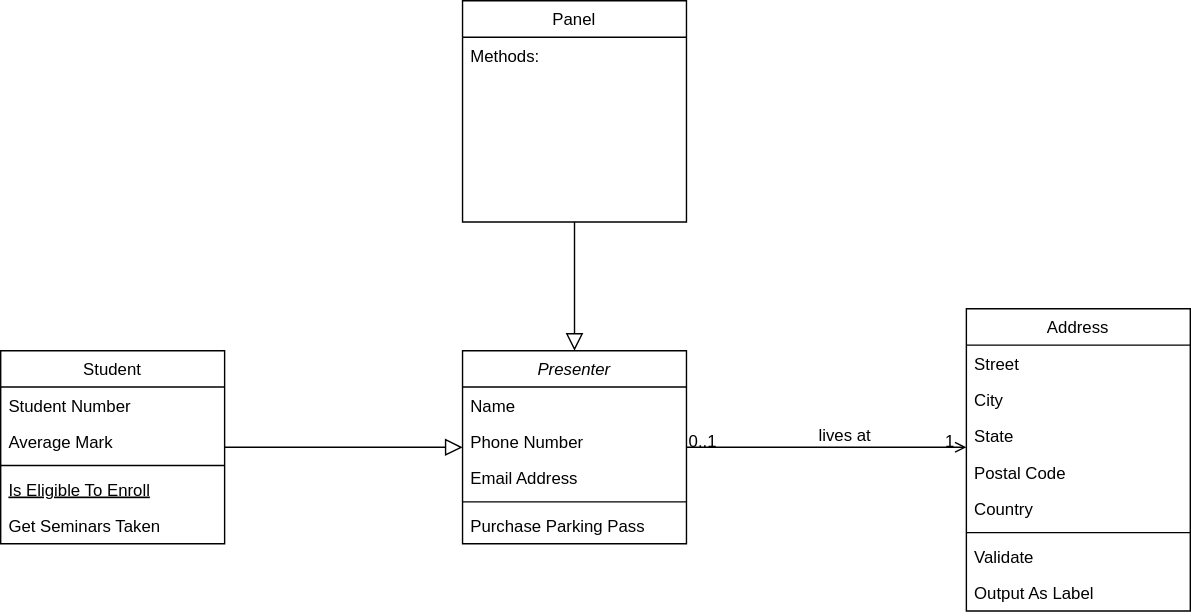
Before: source/Untitled Diagram.svg, a diagram exported from draw.io (shimonevt/FSD-Project-2). Source tidied: cells renumbered, new cells last; positions are measured from the earlier drawing's top-left corner, leaving out a move shared by most shapes.
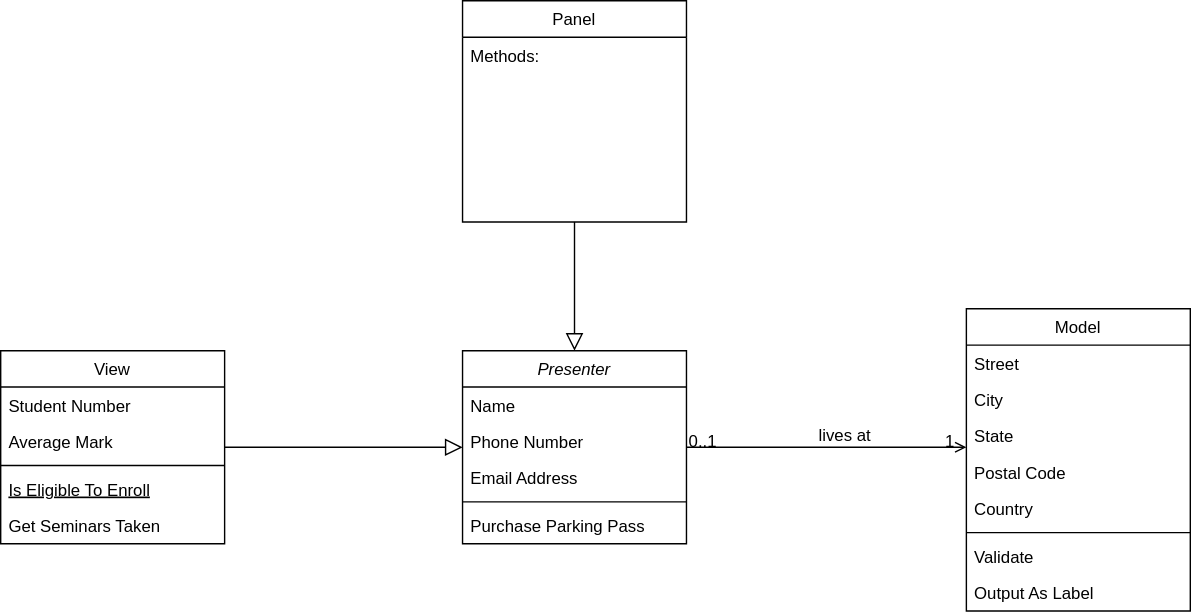
The same diagram one commit later.

Diff of the diagram source:
```diff
@@ -20,7 +20,7 @@
     <mxCell id="7" value="Purchase Parking Pass" style="text;align=left;verticalAlign=top;spacingLeft=4;spacingRight=4;overflow=hidden;" parent="2" vertex="1">
       <mxGeometry y="112" width="160" height="26" as="geometry" />
     </mxCell>
-    <mxCell id="8" value="Student" style="swimlane;fontStyle=0;align=center;verticalAlign=top;horizontal=1;startSize=26;rounded=0;shadow=0;strokeWidth=1;" parent="1" vertex="1">
+    <mxCell id="8" value="View" style="swimlane;fontStyle=0;align=center;verticalAlign=top;horizontal=1;startSize=26;rounded=0;shadow=0;strokeWidth=1;" parent="1" vertex="1">
       <mxGeometry y="250" width="160" height="138" as="geometry" />
     </mxCell>
     <mxCell id="9" value="Student Number" style="text;align=left;verticalAlign=top;spacingLeft=4;spacingRight=4;overflow=hidden;" parent="8" vertex="1">
@@ -50,7 +50,7 @@
     <mxCell id="17" style="endArrow=block;endSize=10;endFill=0;shadow=0;strokeWidth=1;rounded=0;edgeStyle=elbowEdgeStyle;elbow=vertical;" parent="1" edge="1" source="15" target="2">
       <mxGeometry relative="1" as="geometry" />
     </mxCell>
-    <mxCell id="18" value="Address" style="swimlane;fontStyle=0;align=center;verticalAlign=top;horizontal=1;startSize=26;rounded=0;shadow=0;strokeWidth=1;" parent="1" vertex="1">
+    <mxCell id="18" value="Model" style="swimlane;fontStyle=0;align=center;verticalAlign=top;horizontal=1;startSize=26;rounded=0;shadow=0;strokeWidth=1;" parent="1" vertex="1">
       <mxGeometry x="690" y="220" width="160" height="216" as="geometry" />
     </mxCell>
     <mxCell id="19" value="Street" style="text;align=left;verticalAlign=top;spacingLeft=4;spacingRight=4;overflow=hidden;" parent="18" vertex="1">
```
